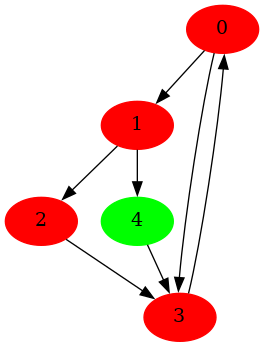
Les-Alchimistes-Labs/AlgorithmVisualizer keeps this Graphviz diagram as algorithm_visualizer/src/save/tmp/digraph.png. Above is the earlier version. Its source is kept beside it as algorithm_visualizer/src/save/tmp/digraph.dot.
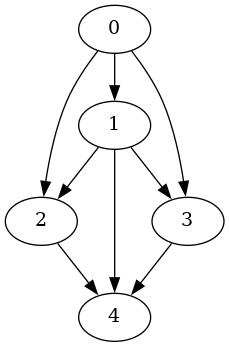
Later version of the same file.

The edit, as a diff of the source:
```diff
@@ -1,14 +1,15 @@
-digraph dig {
-n0 [label="0", style = filled , color = red ]
-n1 [label="1", style = filled , color = red ]
-n2 [label="2", style = filled , color = red ]
-n3 [label="3", style = filled , color = red ]
-n4 [label="4", style = filled , color = green ]
-n0 -> n1
-n0 -> n3
-n1 -> n2
-n1 -> n4
-n2 -> n3
-n3 -> n0
-n4 -> n3
+digraph digraph { // 5
+n0->n1 // 0 1
+n0->n2 // 0 2
+n0->n3 // 0 3
+n1->n2 // 1 2
+n1->n3 // 1 3
+n1->n4 // 1 4
+n2->n4 // 2 4
+n3->n4 // 3 4
+n0 [label="0"]
+n1 [label="1"]
+n2 [label="2"]
+n3 [label="3"]
+n4 [label="4"]
 }
```
